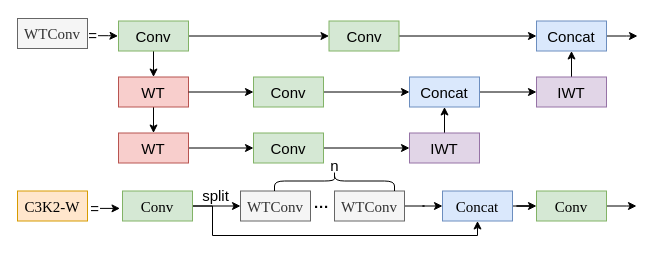
Before: C3K2WTConv.drawio in HTMLCSS-XD/draw.io, a draw.io diagram. Source tidied: cells renumbered, new cells numbered last; positions are measured from the earlier drawing's top-left corner, leaving out a move shared by most shapes. Both pictures are drawn from the tidied source at 100%, with x=0, y=0 at pixel (17, 17).
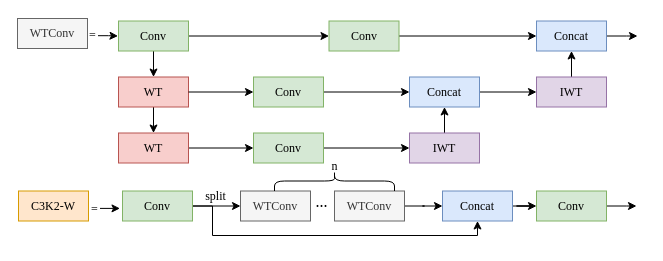
After the change.

The edit, as a diff of the source:
```diff
@@
-    <mxCell id="2" value="n" style="text;html=1;align=center;verticalAlign=middle;strokeColor=none;fillColor=none;fontSize=15;" parent="1" vertex="1">
-      <mxGeometry x="302" y="130.5" width="30" height="35" as="geometry" />
+    <mxCell id="2" value="n" style="text;html=1;align=center;verticalAlign=middle;strokeColor=none;fillColor=none;fontSize=12;fontFamily=Times New Roman;" parent="1" vertex="1">
+      <mxGeometry x="302" y="133.5" width="30" height="30" as="geometry" />
     </mxCell>
-    <mxCell id="3" style="edgeStyle=orthogonalEdgeStyle;rounded=0;jettySize=auto;html=1;entryX=0.5;entryY=1;entryDx=0;entryDy=0;fontSize=15;" parent="1" edge="1" source="5" target="8">
+    <mxCell id="3" style="edgeStyle=orthogonalEdgeStyle;rounded=0;jettySize=auto;html=1;entryX=0.5;entryY=1;entryDx=0;entryDy=0;fontSize=12;fontFamily=Times New Roman;" parent="1" edge="1" source="5" target="8">
       <mxGeometry relative="1" as="geometry">
         <Array as="points">
           <mxPoint x="195" y="189" />
           <mxPoint x="195" y="218" />
           <mxPoint x="460" y="218" />
         </Array>
       </mxGeometry>
     </mxCell>
-    <mxCell id="4" style="edgeStyle=orthogonalEdgeStyle;rounded=0;jettySize=auto;html=1;fontSize=15;" parent="1" edge="1" source="5" target="6">
+    <mxCell id="4" style="edgeStyle=orthogonalEdgeStyle;rounded=0;jettySize=auto;html=1;fontSize=12;fontFamily=Times New Roman;" parent="1" edge="1" source="5" target="6">
       <mxGeometry relative="1" as="geometry" />
     </mxCell>
-    <mxCell id="5" value="Conv" style="rounded=0;whiteSpace=wrap;html=1;fillColor=#d5e8d4;fontSize=15;fontFamily=Times New Roman;strokeColor=#82b366;" parent="1" vertex="1">
+    <mxCell id="5" value="Conv" style="rounded=0;whiteSpace=wrap;html=1;fillColor=#d5e8d4;fontSize=12;fontFamily=Times New Roman;strokeColor=#82b366;" parent="1" vertex="1">
       <mxGeometry x="105" y="173.5" width="70" height="30" as="geometry" />
     </mxCell>
-    <mxCell id="6" value="WTConv" style="rounded=0;whiteSpace=wrap;html=1;fillColor=#f5f5f5;fontSize=15;fontFamily=Times New Roman;strokeColor=#666666;fontColor=#333333;" parent="1" vertex="1">
+    <mxCell id="6" value="WTConv" style="rounded=0;whiteSpace=wrap;html=1;fillColor=#f5f5f5;fontSize=12;fontFamily=Times New Roman;strokeColor=#666666;fontColor=#333333;" parent="1" vertex="1">
       <mxGeometry x="223" y="173.5" width="70" height="30" as="geometry" />
     </mxCell>
-    <mxCell id="7" style="edgeStyle=orthogonalEdgeStyle;rounded=0;jettySize=auto;html=1;fontSize=15;" parent="1" edge="1" source="8" target="12">
+    <mxCell id="7" style="edgeStyle=orthogonalEdgeStyle;rounded=0;jettySize=auto;html=1;fontSize=12;fontFamily=Times New Roman;" parent="1" edge="1" source="8" target="12">
       <mxGeometry relative="1" as="geometry" />
     </mxCell>
-    <mxCell id="8" value="Concat" style="rounded=0;whiteSpace=wrap;html=1;fillColor=#dae8fc;fontSize=15;fontFamily=Times New Roman;strokeColor=#6c8ebf;" parent="1" vertex="1">
+    <mxCell id="8" value="Concat" style="rounded=0;whiteSpace=wrap;html=1;fillColor=#dae8fc;fontSize=12;fontFamily=Times New Roman;strokeColor=#6c8ebf;" parent="1" vertex="1">
       <mxGeometry x="425" y="173.5" width="70" height="30" as="geometry" />
     </mxCell>
-    <mxCell id="9" style="edgeStyle=orthogonalEdgeStyle;rounded=0;jettySize=auto;html=1;fontSize=15;" parent="1" edge="1" source="10" target="8">
+    <mxCell id="9" style="edgeStyle=orthogonalEdgeStyle;rounded=0;jettySize=auto;html=1;fontSize=12;fontFamily=Times New Roman;" parent="1" edge="1" source="10" target="8">
       <mxGeometry relative="1" as="geometry" />
     </mxCell>
-    <mxCell id="10" value="WTConv" style="rounded=0;whiteSpace=wrap;html=1;fillColor=#f5f5f5;fontSize=15;fontFamily=Times New Roman;strokeColor=#666666;fontColor=#333333;" parent="1" vertex="1">
+    <mxCell id="10" value="WTConv" style="rounded=0;whiteSpace=wrap;html=1;fillColor=#f5f5f5;fontSize=12;fontFamily=Times New Roman;strokeColor=#666666;fontColor=#333333;" parent="1" vertex="1">
       <mxGeometry x="317" y="173.5" width="70" height="30" as="geometry" />
     </mxCell>
-    <mxCell id="11" style="edgeStyle=orthogonalEdgeStyle;rounded=0;jettySize=auto;html=1;" parent="1" edge="1" source="12">
+    <mxCell id="11" style="edgeStyle=orthogonalEdgeStyle;rounded=0;jettySize=auto;html=1;fontFamily=Times New Roman;fontSize=12;" parent="1" edge="1" source="12">
       <mxGeometry relative="1" as="geometry">
         <mxPoint x="619" y="188.5" as="targetPoint" />
       </mxGeometry>
     </mxCell>
-    <mxCell id="12" value="Conv" style="rounded=0;whiteSpace=wrap;html=1;fillColor=#d5e8d4;fontSize=15;fontFamily=Times New Roman;strokeColor=#82b366;" parent="1" vertex="1">
+    <mxCell id="12" value="Conv" style="rounded=0;whiteSpace=wrap;html=1;fillColor=#d5e8d4;fontSize=12;fontFamily=Times New Roman;strokeColor=#82b366;" parent="1" vertex="1">
       <mxGeometry x="519" y="173.5" width="70" height="30" as="geometry" />
     </mxCell>
-    <mxCell id="13" value="C3K2-W" style="rounded=0;whiteSpace=wrap;html=1;fillColor=#ffe6cc;fontSize=15;fontFamily=Times New Roman;strokeColor=#d79b00;" parent="1" vertex="1">
-      <mxGeometry y="173.5" width="70" height="30" as="geometry" />
+    <mxCell id="13" value="C3K2-W" style="rounded=0;whiteSpace=wrap;html=1;fillColor=#ffe6cc;fontSize=12;fontFamily=Times New Roman;strokeColor=#d79b00;" parent="1" vertex="1">
+      <mxGeometry x="1" y="173.5" width="70" height="30" as="geometry" />
     </mxCell>
-    <mxCell id="14" value="=" style="text;html=1;align=center;verticalAlign=middle;strokeColor=none;fillColor=none;fontSize=15;" parent="1" vertex="1">
-      <mxGeometry x="62" y="173.5" width="30" height="35" as="geometry" />
+    <mxCell id="14" value="=" style="text;html=1;align=center;verticalAlign=middle;strokeColor=none;fillColor=none;fontSize=12;fontFamily=Times New Roman;" parent="1" vertex="1">
+      <mxGeometry x="62" y="176.5" width="30" height="30" as="geometry" />
     </mxCell>
-    <mxCell id="15" value="sp&lt;span style=&quot;background-color: transparent; color: light-dark(rgb(0, 0, 0), rgb(255, 255, 255));&quot;&gt;lit&lt;/span&gt;" style="text;html=1;align=center;verticalAlign=middle;strokeColor=none;fillColor=none;fontSize=15;" parent="1" vertex="1">
-      <mxGeometry x="172.5" y="160.5" width="50" height="35" as="geometry" />
+    <mxCell id="15" value="sp&lt;span style=&quot;background-color: transparent; color: light-dark(rgb(0, 0, 0), rgb(255, 255, 255));&quot;&gt;lit&lt;/span&gt;" style="text;html=1;align=center;verticalAlign=middle;strokeColor=none;fillColor=none;fontSize=12;fontFamily=Times New Roman;" parent="1" vertex="1">
+      <mxGeometry x="177.5" y="163.5" width="40" height="30" as="geometry" />
     </mxCell>
-    <mxCell id="16" value="···" style="text;html=1;align=center;verticalAlign=middle;strokeColor=none;fillColor=none;fontSize=15;fontStyle=1;" parent="1" vertex="1">
+    <mxCell id="16" value="···" style="text;html=1;align=center;verticalAlign=middle;strokeColor=none;fillColor=none;fontSize=12;fontStyle=1;fontFamily=Times New Roman;" parent="1" vertex="1">
       <mxGeometry x="284" y="173.5" width="40" height="30" as="geometry" />
     </mxCell>
-    <mxCell id="17" style="shape=curlyBracket;whiteSpace=wrap;html=1;rounded=1;labelPosition=left;verticalLabelPosition=middle;align=right;verticalAlign=middle;rotation=90;fontSize=15;" parent="1" vertex="1">
+    <mxCell id="17" style="shape=curlyBracket;whiteSpace=wrap;html=1;rounded=1;labelPosition=left;verticalLabelPosition=middle;align=right;verticalAlign=middle;rotation=90;fontSize=12;fontFamily=Times New Roman;" parent="1" vertex="1">
       <mxGeometry x="307" y="103.5" width="20" height="120" as="geometry" />
     </mxCell>
-    <mxCell id="18" style="edgeStyle=orthogonalEdgeStyle;rounded=0;orthogonalLoop=1;jettySize=auto;html=1;fontSize=15;" parent="1" edge="1">
+    <mxCell id="18" style="edgeStyle=orthogonalEdgeStyle;rounded=0;orthogonalLoop=1;jettySize=auto;html=1;fontSize=12;fontFamily=Times New Roman;" parent="1" edge="1">
       <mxGeometry relative="1" as="geometry">
         <mxPoint x="82.5" y="190.9" as="sourcePoint" />
         <mxPoint x="102.5" y="191.1" as="targetPoint" />
       </mxGeometry>
     </mxCell>
-    <mxCell id="19" style="edgeStyle=orthogonalEdgeStyle;rounded=0;jettySize=auto;html=1;fontSize=15;" parent="1" edge="1" source="21" target="23">
+    <mxCell id="19" style="edgeStyle=orthogonalEdgeStyle;rounded=0;jettySize=auto;html=1;fontSize=12;fontFamily=Times New Roman;" parent="1" edge="1" source="21" target="23">
       <mxGeometry relative="1" as="geometry" />
     </mxCell>
-    <mxCell id="20" style="edgeStyle=orthogonalEdgeStyle;rounded=0;jettySize=auto;html=1;fontSize=15;" parent="1" edge="1" source="21" target="25">
+    <mxCell id="20" style="edgeStyle=orthogonalEdgeStyle;rounded=0;jettySize=auto;html=1;fontSize=12;fontFamily=Times New Roman;" parent="1" edge="1" source="21" target="25">
       <mxGeometry relative="1" as="geometry" />
     </mxCell>
-    <mxCell id="21" value="Conv" style="rounded=0;whiteSpace=wrap;html=1;labelBackgroundColor=none;strokeColor=#82b366;fillColor=#d5e8d4;align=center;fontStyle=0;fontSize=15;direction=east;" parent="1" vertex="1">
+    <mxCell id="21" value="Conv" style="rounded=0;whiteSpace=wrap;html=1;labelBackgroundColor=none;strokeColor=#82b366;fillColor=#d5e8d4;align=center;fontStyle=0;fontSize=12;direction=east;fontFamily=Times New Roman;" parent="1" vertex="1">
       <mxGeometry x="101" y="3.5" width="70" height="30" as="geometry" />
     </mxCell>
-    <mxCell id="22" style="edgeStyle=orthogonalEdgeStyle;rounded=0;jettySize=auto;html=1;entryX=0;entryY=0.5;entryDx=0;entryDy=0;" parent="1" edge="1" source="23" target="38">
+    <mxCell id="22" style="edgeStyle=orthogonalEdgeStyle;rounded=0;jettySize=auto;html=1;entryX=0;entryY=0.5;entryDx=0;entryDy=0;fontFamily=Times New Roman;fontSize=12;" parent="1" edge="1" source="23" target="38">
       <mxGeometry relative="1" as="geometry" />
     </mxCell>
-    <mxCell id="23" value="Conv" style="rounded=0;whiteSpace=wrap;html=1;labelBackgroundColor=none;strokeColor=#82b366;fillColor=#d5e8d4;align=center;fontStyle=0;fontSize=15;direction=east;" parent="1" vertex="1">
+    <mxCell id="23" value="Conv" style="rounded=0;whiteSpace=wrap;html=1;labelBackgroundColor=none;strokeColor=#82b366;fillColor=#d5e8d4;align=center;fontStyle=0;fontSize=12;direction=east;fontFamily=Times New Roman;" parent="1" vertex="1">
       <mxGeometry x="311.5" y="3.5" width="70" height="30" as="geometry" />
     </mxCell>
-    <mxCell id="24" style="edgeStyle=orthogonalEdgeStyle;rounded=0;jettySize=auto;html=1;fontSize=15;" parent="1" edge="1" source="25" target="27">
+    <mxCell id="24" style="edgeStyle=orthogonalEdgeStyle;rounded=0;jettySize=auto;html=1;fontSize=12;fontFamily=Times New Roman;" parent="1" edge="1" source="25" target="27">
       <mxGeometry relative="1" as="geometry" />
     </mxCell>
-    <mxCell id="25" value="WT" style="rounded=0;whiteSpace=wrap;html=1;labelBackgroundColor=none;strokeColor=#b85450;fillColor=#f8cecc;align=center;fontStyle=0;fontSize=15;direction=east;" parent="1" vertex="1">
+    <mxCell id="25" value="WT" style="rounded=0;whiteSpace=wrap;html=1;labelBackgroundColor=none;strokeColor=#b85450;fillColor=#f8cecc;align=center;fontStyle=0;fontSize=12;direction=east;fontFamily=Times New Roman;" parent="1" vertex="1">
       <mxGeometry x="101" y="59.5" width="70" height="30" as="geometry" />
     </mxCell>
-    <mxCell id="26" style="edgeStyle=orthogonalEdgeStyle;rounded=0;jettySize=auto;html=1;fontSize=15;" parent="1" edge="1" source="27" target="32">
+    <mxCell id="26" style="edgeStyle=orthogonalEdgeStyle;rounded=0;jettySize=auto;html=1;fontSize=12;fontFamily=Times New Roman;" parent="1" edge="1" source="27" target="32">
       <mxGeometry relative="1" as="geometry" />
     </mxCell>
-    <mxCell id="27" value="WT" style="rounded=0;whiteSpace=wrap;html=1;labelBackgroundColor=none;strokeColor=#b85450;fillColor=#f8cecc;align=center;fontStyle=0;fontSize=15;direction=east;" parent="1" vertex="1">
+    <mxCell id="27" value="WT" style="rounded=0;whiteSpace=wrap;html=1;labelBackgroundColor=none;strokeColor=#b85450;fillColor=#f8cecc;align=center;fontStyle=0;fontSize=12;direction=east;fontFamily=Times New Roman;" parent="1" vertex="1">
       <mxGeometry x="101" y="115.5" width="70" height="30" as="geometry" />
     </mxCell>
-    <mxCell id="28" style="edgeStyle=orthogonalEdgeStyle;rounded=0;jettySize=auto;html=1;entryX=0;entryY=0.5;entryDx=0;entryDy=0;fontSize=15;" parent="1" edge="1" source="25" target="30">
+    <mxCell id="28" style="edgeStyle=orthogonalEdgeStyle;rounded=0;jettySize=auto;html=1;entryX=0;entryY=0.5;entryDx=0;entryDy=0;fontSize=12;fontFamily=Times New Roman;" parent="1" edge="1" source="25" target="30">
       <mxGeometry relative="1" as="geometry" />
     </mxCell>
-    <mxCell id="29" style="edgeStyle=orthogonalEdgeStyle;rounded=0;jettySize=auto;html=1;fontSize=15;" parent="1" edge="1" source="30" target="34">
+    <mxCell id="29" style="edgeStyle=orthogonalEdgeStyle;rounded=0;jettySize=auto;html=1;fontSize=12;fontFamily=Times New Roman;" parent="1" edge="1" source="30" target="34">
       <mxGeometry relative="1" as="geometry" />
     </mxCell>
-    <mxCell id="30" value="Conv" style="rounded=0;whiteSpace=wrap;html=1;labelBackgroundColor=none;strokeColor=#82b366;fillColor=#d5e8d4;align=center;fontStyle=0;fontSize=15;direction=east;" parent="1" vertex="1">
+    <mxCell id="30" value="Conv" style="rounded=0;whiteSpace=wrap;html=1;labelBackgroundColor=none;strokeColor=#82b366;fillColor=#d5e8d4;align=center;fontStyle=0;fontSize=12;direction=east;fontFamily=Times New Roman;" parent="1" vertex="1">
       <mxGeometry x="236" y="59.5" width="70" height="30" as="geometry" />
     </mxCell>
-    <mxCell id="31" style="edgeStyle=orthogonalEdgeStyle;rounded=0;jettySize=auto;html=1;fontSize=15;" parent="1" edge="1" source="32" target="36">
+    <mxCell id="31" style="edgeStyle=orthogonalEdgeStyle;rounded=0;jettySize=auto;html=1;fontSize=12;fontFamily=Times New Roman;" parent="1" edge="1" source="32" target="36">
       <mxGeometry relative="1" as="geometry" />
     </mxCell>
-    <mxCell id="32" value="Conv" style="rounded=0;whiteSpace=wrap;html=1;labelBackgroundColor=none;strokeColor=#82b366;fillColor=#d5e8d4;align=center;fontStyle=0;fontSize=15;direction=east;" parent="1" vertex="1">
+    <mxCell id="32" value="Conv" style="rounded=0;whiteSpace=wrap;html=1;labelBackgroundColor=none;strokeColor=#82b366;fillColor=#d5e8d4;align=center;fontStyle=0;fontSize=12;direction=east;fontFamily=Times New Roman;" parent="1" vertex="1">
       <mxGeometry x="236" y="115.5" width="70" height="30" as="geometry" />
     </mxCell>
-    <mxCell id="33" style="edgeStyle=orthogonalEdgeStyle;rounded=0;jettySize=auto;html=1;fontSize=15;" parent="1" edge="1" source="34" target="40">
+    <mxCell id="33" style="edgeStyle=orthogonalEdgeStyle;rounded=0;jettySize=auto;html=1;fontSize=12;fontFamily=Times New Roman;" parent="1" edge="1" source="34" target="40">
       <mxGeometry relative="1" as="geometry" />
     </mxCell>
-    <mxCell id="34" value="Concat" style="rounded=0;whiteSpace=wrap;html=1;labelBackgroundColor=none;strokeColor=#6c8ebf;fillColor=#dae8fc;align=center;fontStyle=0;fontSize=15;direction=east;" parent="1" vertex="1">
+    <mxCell id="34" value="Concat" style="rounded=0;whiteSpace=wrap;html=1;labelBackgroundColor=none;strokeColor=#6c8ebf;fillColor=#dae8fc;align=center;fontStyle=0;fontSize=12;direction=east;fontFamily=Times New Roman;" parent="1" vertex="1">
       <mxGeometry x="392" y="59.5" width="70" height="30" as="geometry" />
     </mxCell>
-    <mxCell id="35" style="edgeStyle=orthogonalEdgeStyle;rounded=0;jettySize=auto;html=1;fontSize=15;" parent="1" edge="1" source="36" target="34">
+    <mxCell id="35" style="edgeStyle=orthogonalEdgeStyle;rounded=0;jettySize=auto;html=1;fontSize=12;fontFamily=Times New Roman;" parent="1" edge="1" source="36" target="34">
       <mxGeometry relative="1" as="geometry" />
     </mxCell>
-    <mxCell id="36" value="IWT" style="rounded=0;whiteSpace=wrap;html=1;labelBackgroundColor=none;strokeColor=#9673a6;fillColor=#e1d5e7;align=center;fontStyle=0;fontSize=15;direction=east;" parent="1" vertex="1">
+    <mxCell id="36" value="IWT" style="rounded=0;whiteSpace=wrap;html=1;labelBackgroundColor=none;strokeColor=#9673a6;fillColor=#e1d5e7;align=center;fontStyle=0;fontSize=12;direction=east;fontFamily=Times New Roman;" parent="1" vertex="1">
       <mxGeometry x="392" y="115.5" width="70" height="30" as="geometry" />
     </mxCell>
-    <mxCell id="37" style="edgeStyle=orthogonalEdgeStyle;rounded=0;jettySize=auto;html=1;" parent="1" edge="1" source="38">
+    <mxCell id="37" style="edgeStyle=orthogonalEdgeStyle;rounded=0;jettySize=auto;html=1;fontFamily=Times New Roman;fontSize=12;" parent="1" edge="1" source="38">
       <mxGeometry relative="1" as="geometry">
         <mxPoint x="620" y="18.5" as="targetPoint" />
       </mxGeometry>
     </mxCell>
-    <mxCell id="38" value="Concat" style="rounded=0;whiteSpace=wrap;html=1;labelBackgroundColor=none;strokeColor=#6c8ebf;fillColor=#dae8fc;align=center;fontStyle=0;fontSize=15;direction=east;" parent="1" vertex="1">
+    <mxCell id="38" value="Concat" style="rounded=0;whiteSpace=wrap;html=1;labelBackgroundColor=none;strokeColor=#6c8ebf;fillColor=#dae8fc;align=center;fontStyle=0;fontSize=12;direction=east;fontFamily=Times New Roman;" parent="1" vertex="1">
       <mxGeometry x="519" y="3.5" width="70" height="30" as="geometry" />
     </mxCell>
-    <mxCell id="39" style="edgeStyle=orthogonalEdgeStyle;rounded=0;jettySize=auto;html=1;fontSize=15;" parent="1" edge="1" source="40" target="38">
+    <mxCell id="39" style="edgeStyle=orthogonalEdgeStyle;rounded=0;jettySize=auto;html=1;fontSize=12;fontFamily=Times New Roman;" parent="1" edge="1" source="40" target="38">
       <mxGeometry relative="1" as="geometry" />
     </mxCell>
-    <mxCell id="40" value="IWT" style="rounded=0;whiteSpace=wrap;html=1;labelBackgroundColor=none;strokeColor=#9673a6;fillColor=#e1d5e7;align=center;fontStyle=0;fontSize=15;direction=east;" parent="1" vertex="1">
+    <mxCell id="40" value="IWT" style="rounded=0;whiteSpace=wrap;html=1;labelBackgroundColor=none;strokeColor=#9673a6;fillColor=#e1d5e7;align=center;fontStyle=0;fontSize=12;direction=east;fontFamily=Times New Roman;" parent="1" vertex="1">
       <mxGeometry x="519" y="59.5" width="70" height="30" as="geometry" />
     </mxCell>
-    <mxCell id="41" value="WTConv" style="rounded=0;whiteSpace=wrap;html=1;fillColor=#f5f5f5;fontSize=15;fontFamily=Times New Roman;strokeColor=#666666;fontColor=#333333;" parent="1" vertex="1">
+    <mxCell id="41" value="WTConv" style="rounded=0;whiteSpace=wrap;html=1;fillColor=#f5f5f5;fontSize=12;fontFamily=Times New Roman;strokeColor=#666666;fontColor=#333333;" parent="1" vertex="1">
       <mxGeometry y="1" width="70" height="30" as="geometry" />
     </mxCell>
-    <mxCell id="42" value="=" style="text;html=1;align=center;verticalAlign=middle;strokeColor=none;fillColor=none;fontSize=15;" parent="1" vertex="1">
-      <mxGeometry x="59.5" width="30" height="35" as="geometry" />
+    <mxCell id="42" value="=" style="text;html=1;align=center;verticalAlign=middle;strokeColor=none;fillColor=none;fontSize=12;fontFamily=Times New Roman;" parent="1" vertex="1">
+      <mxGeometry x="59.5" y="3" width="30" height="30" as="geometry" />
     </mxCell>
-    <mxCell id="43" style="edgeStyle=orthogonalEdgeStyle;rounded=0;orthogonalLoop=1;jettySize=auto;html=1;fontSize=15;" parent="1" edge="1">
+    <mxCell id="43" style="edgeStyle=orthogonalEdgeStyle;rounded=0;orthogonalLoop=1;jettySize=auto;html=1;fontSize=12;fontFamily=Times New Roman;" parent="1" edge="1">
       <mxGeometry relative="1" as="geometry">
         <mxPoint x="80.5" y="18.2" as="sourcePoint" />
         <mxPoint x="100.5" y="18.5" as="targetPoint" />
         <Array as="points">
           <mxPoint x="91" y="18" />
         </Array>
       </mxGeometry>
     </mxCell>
```
